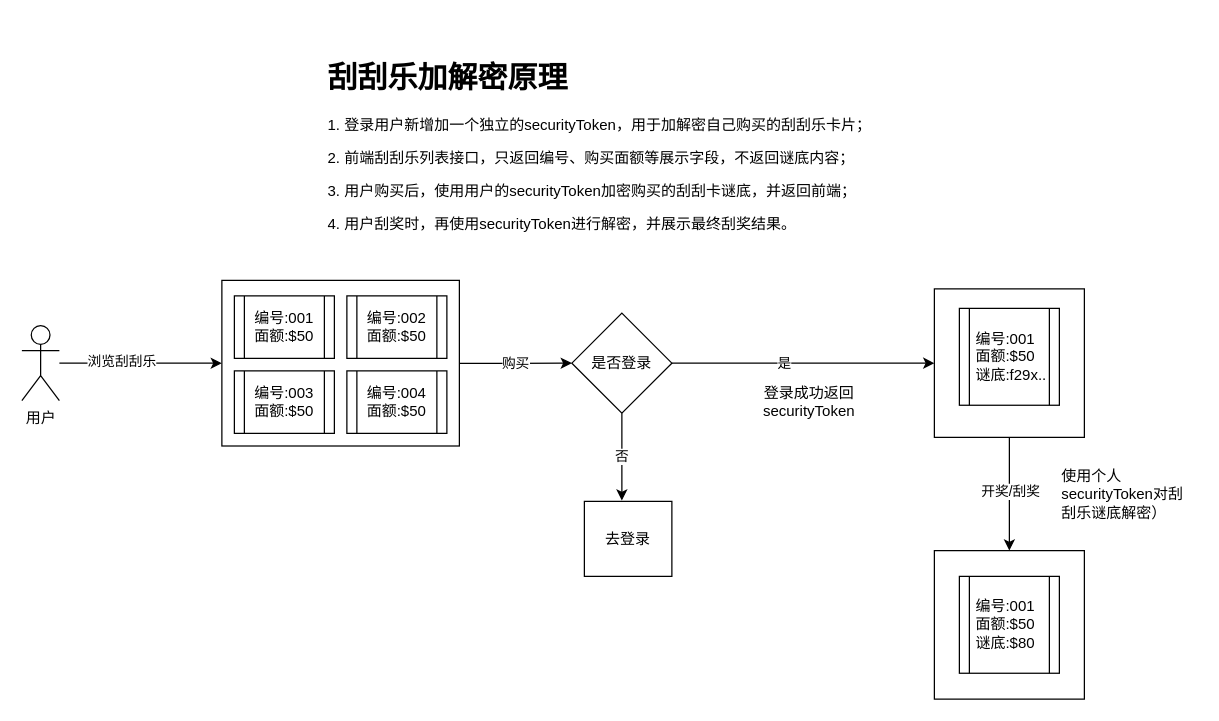
Above: 刮刮乐.drawio in metre/images (draw.io), before the change. Source tidied: cells renumbered, new cells numbered last; positions are measured from the earlier drawing's top-left corner, leaving out a move shared by most shapes. Both pictures are drawn from the tidied source at 125%, with x=0, y=0 at pixel (21, 52).
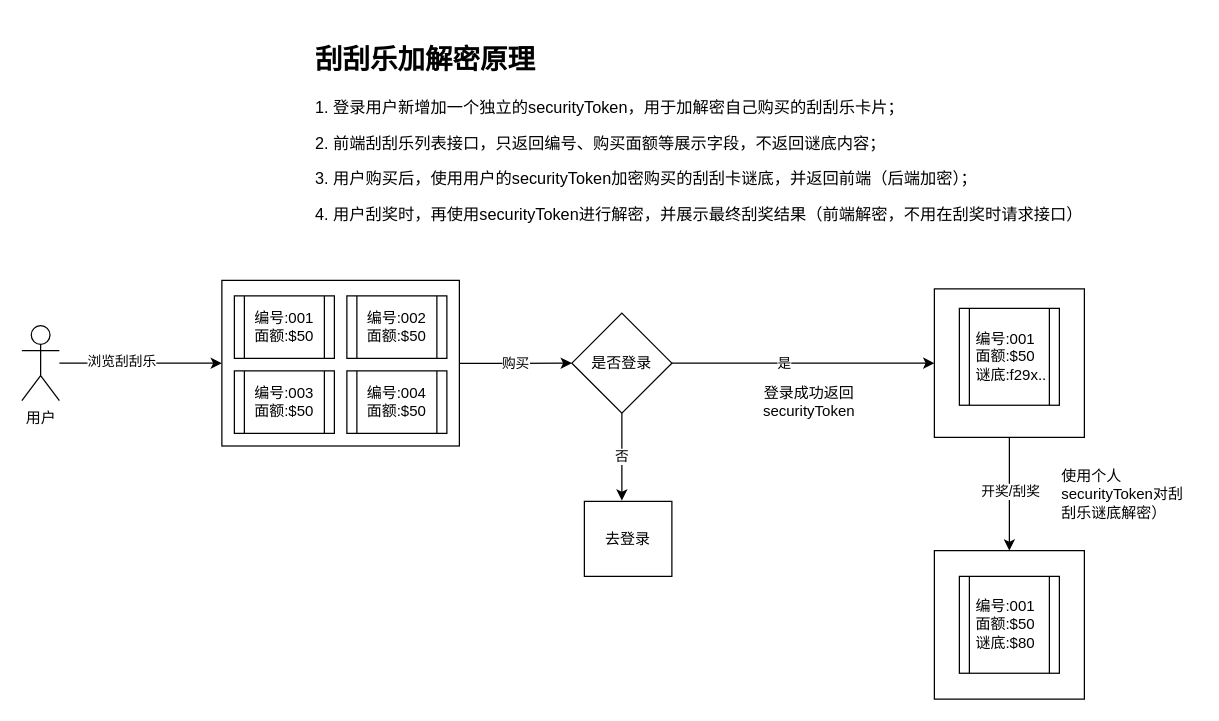
The same diagram, later.

Commit message (it also covers changes not shown here):
更新刮刮乐.drawio

Change to the diagram source:
```diff
@@
-    <mxCell id="23" value="&lt;h1&gt;刮刮乐加解密原理&lt;/h1&gt;&lt;p&gt;1. 登录用户新增加一个独立的securityToken，用于加解密自己购买的刮刮乐卡片；&lt;/p&gt;&lt;p&gt;2. 前端刮刮乐列表接口，只返回编号、购买面额等展示字段，不返回谜底内容；&lt;/p&gt;&lt;p&gt;3. 用户购买后，使用用户的securityToken加密购买的刮刮卡谜底，并返回前端；&lt;/p&gt;&lt;p&gt;4. 用户刮奖时，再使用securityToken进行解密，并展示最终刮奖结果。&lt;/p&gt;" style="text;html=1;strokeColor=none;fillColor=none;spacing=5;spacingTop=-20;whiteSpace=wrap;overflow=hidden;rounded=0;" parent="1" vertex="1">
-      <mxGeometry x="240" width="540" height="149" as="geometry" />
+    <mxCell id="23" value="&lt;h1&gt;&lt;font style=&quot;font-size: 22px;&quot;&gt;刮刮乐加解密原理&lt;/font&gt;&lt;/h1&gt;&lt;p style=&quot;font-size: 13px;&quot;&gt;&lt;font style=&quot;font-size: 13px;&quot;&gt;1. 登录用户新增加一个独立的securityToken，用于加解密自己购买的刮刮乐卡片；&lt;/font&gt;&lt;/p&gt;&lt;p style=&quot;font-size: 13px;&quot;&gt;&lt;font style=&quot;font-size: 13px;&quot;&gt;2. 前端刮刮乐列表接口，只返回编号、购买面额等展示字段，不返回谜底内容；&lt;/font&gt;&lt;/p&gt;&lt;p style=&quot;font-size: 13px;&quot;&gt;&lt;font style=&quot;font-size: 13px;&quot;&gt;3. 用户购买后，使用用户的securityToken加密购买的刮刮卡谜底，并返回前端（后端加密）；&lt;/font&gt;&lt;/p&gt;&lt;p style=&quot;font-size: 13px;&quot;&gt;&lt;font style=&quot;font-size: 13px;&quot;&gt;4. 用户刮奖时，再使用securityToken进行解密，并展示最终刮奖结果（前端解密，不用在刮奖时请求接口）&lt;/font&gt;&lt;/p&gt;" style="text;html=1;strokeColor=none;fillColor=none;spacing=5;spacingTop=-20;whiteSpace=wrap;overflow=hidden;rounded=0;" parent="1" vertex="1">
+      <mxGeometry x="230" y="-15" width="636" height="162" as="geometry" />
     </mxCell>
```
